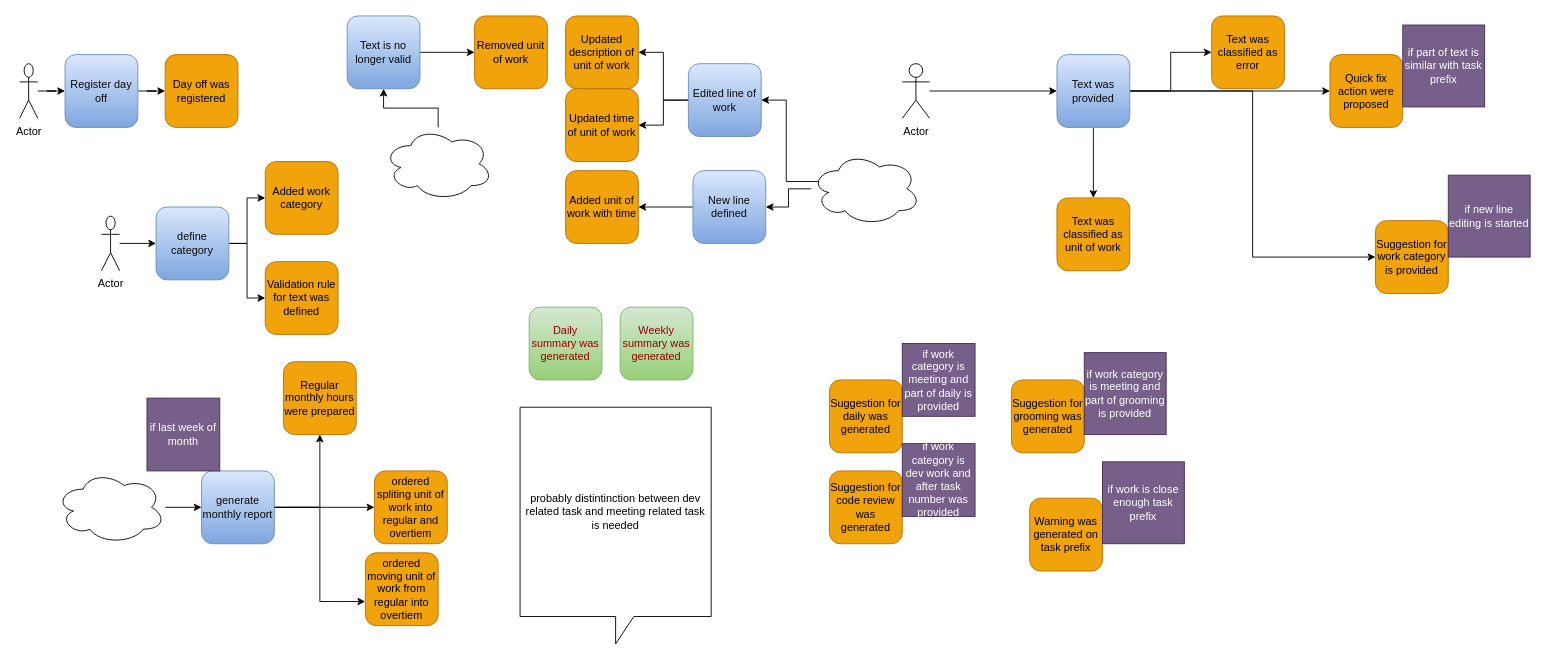
Earlier version of the draw.io diagram events.drawio (jborkows/tsf-lsp). Source tidied: cells renumbered, new cells numbered last; positions are measured from the earlier drawing's top-left corner, leaving out a move shared by most shapes. Both pictures are drawn from the tidied source at 91%, with x=0, y=0 at pixel (19, 15).
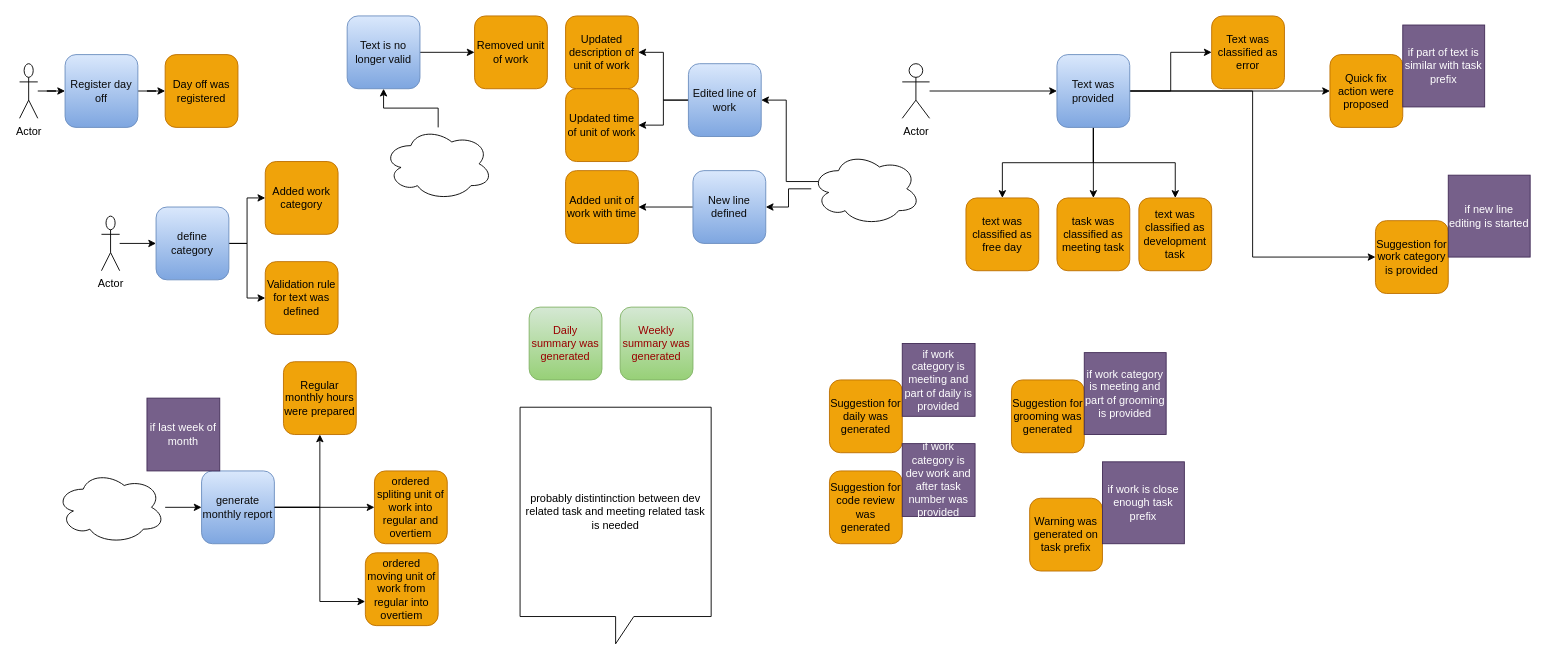
The same diagram, later.

Commit message (it also covers changes not shown here):
additional language

The change refers to these unchanged cells:
```xml
<mxCell id="29" value="Text was provided" style="whiteSpace=wrap;html=1;fillColor=#dae8fc;strokeColor=#6c8ebf;rounded=1;gradientColor=#7ea6e0;fontColor=#0A0A0A;" parent="1" vertex="1">
  <mxGeometry x="1140" y="42.5" width="80" height="80" as="geometry" />
</mxCell>
```

Diff of the diagram source:
```diff
@@
-    <mxCell id="10" value="Text was classified&lt;span style=&quot;background-color: initial;&quot;&gt;&amp;nbsp;as unit of work&lt;/span&gt;" style="whiteSpace=wrap;html=1;fillColor=#f0a30a;fontColor=#000000;strokeColor=#BD7000;rounded=1;" parent="1" vertex="1">
+    <mxCell id="10" value="task was classified as meeting task" style="whiteSpace=wrap;html=1;fillColor=#f0a30a;fontColor=#000000;strokeColor=#BD7000;rounded=1;" parent="1" vertex="1">
       <mxGeometry x="1140" y="200" width="80" height="80" as="geometry" />
     </mxCell>
@@
+    <mxCell id="64" style="edgeStyle=orthogonalEdgeStyle;rounded=0;jettySize=auto;html=1;exitX=0.5;exitY=1;exitDx=0;exitDy=0;entryX=0.5;entryY=0;entryDx=0;entryDy=0;" parent="1" edge="1" source="29" target="66">
+      <mxGeometry relative="1" as="geometry" />
+    </mxCell>
+    <mxCell id="65" style="edgeStyle=orthogonalEdgeStyle;rounded=0;jettySize=auto;html=1;exitX=0.5;exitY=1;exitDx=0;exitDy=0;entryX=0.5;entryY=0;entryDx=0;entryDy=0;" parent="1" edge="1" source="29" target="67">
+      <mxGeometry relative="1" as="geometry" />
+    </mxCell>
@@
+    <mxCell id="66" value="text was classified as free day" style="whiteSpace=wrap;html=1;fillColor=#f0a30a;fontColor=#000000;strokeColor=#BD7000;rounded=1;" parent="1" vertex="1">
+      <mxGeometry x="1040" y="200" width="80" height="80" as="geometry" />
+    </mxCell>
+    <mxCell id="67" value="text was classified as development task" style="whiteSpace=wrap;html=1;fillColor=#f0a30a;fontColor=#000000;strokeColor=#BD7000;rounded=1;" parent="1" vertex="1">
+      <mxGeometry x="1230" y="200" width="80" height="80" as="geometry" />
+    </mxCell>
```
